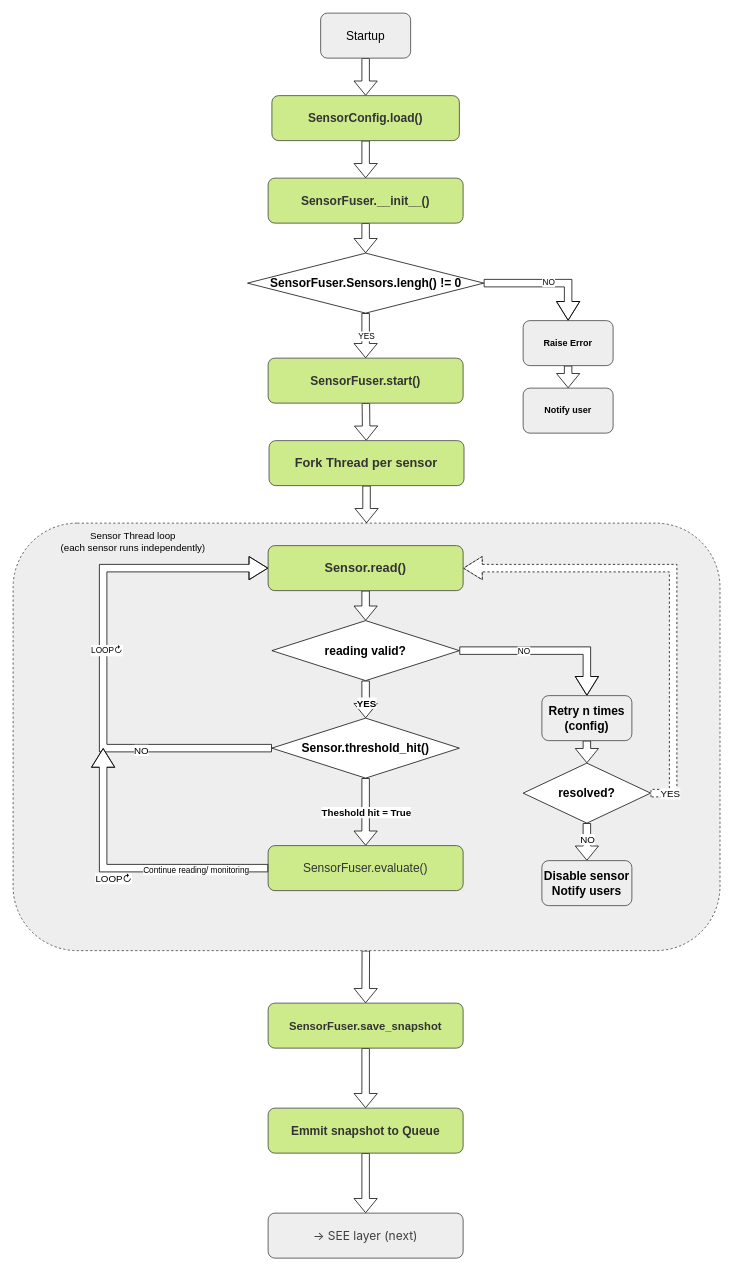
Earlier version of the draw.io diagram architecture/flowchart_sense.drawio (maya-fakih/smart_fire_extinguisher). Source tidied: cells renumbered, new cells numbered last; positions are measured from the earlier drawing's top-left corner, leaving out a move shared by most shapes. Both pictures are drawn from the tidied source at 75%, with x=0, y=0 at pixel (13, 13).
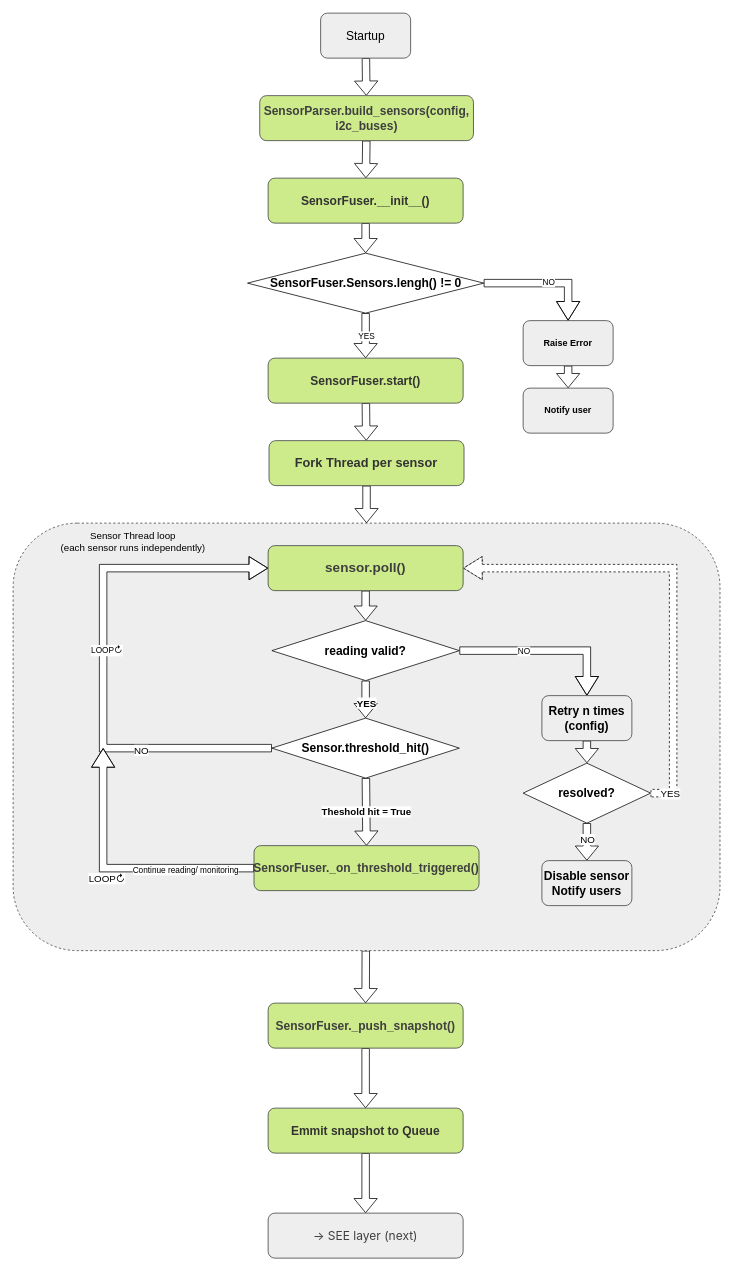
After the change.

Change to the diagram source:
```diff
@@
-    <mxCell id="7" value="&lt;b&gt;&lt;font style=&quot;font-size: 16px; color: rgb(51, 51, 51);&quot;&gt;SensorConfig.load()&lt;/font&gt;&lt;/b&gt;" style="rounded=1;whiteSpace=wrap;html=1;fillColor=#cdeb8b;strokeColor=#36393d;fillOpacity=100;" parent="1" vertex="1">
-      <mxGeometry x="345" y="110" width="250" height="60" as="geometry" />
+    <mxCell id="7" value="&lt;b style=&quot;color: rgb(63, 63, 63); scrollbar-color: rgb(226, 226, 226) rgb(251, 251, 251); font-size: 16px;&quot;&gt;SensorParser.build_sensors(config, i2c_buses)&lt;/b&gt;" style="rounded=1;whiteSpace=wrap;html=1;fillColor=#cdeb8b;strokeColor=#36393d;fillOpacity=100;" parent="1" vertex="1">
+      <mxGeometry x="328.8" y="110" width="285" height="60" as="geometry" />
     </mxCell>
@@
-    <mxCell id="40" value="&lt;font style=&quot;font-size: 16px; color: rgb(51, 51, 51);&quot;&gt;SensorFuser.evaluate()&lt;/font&gt;" style="rounded=1;whiteSpace=wrap;html=1;fillColor=#cdeb8b;strokeColor=#36393d;" parent="1" vertex="1">
-      <mxGeometry x="340" y="1110" width="260" height="60" as="geometry" />
+    <mxCell id="40" value="&lt;b style=&quot;color: rgb(63, 63, 63); scrollbar-color: rgb(226, 226, 226) rgb(251, 251, 251); font-size: 16px;&quot;&gt;SensorFuser._on_threshold_triggered()&lt;/b&gt;" style="rounded=1;whiteSpace=wrap;html=1;fillColor=#cdeb8b;strokeColor=#36393d;" parent="1" vertex="1">
+      <mxGeometry x="321.2" y="1110" width="300" height="60" as="geometry" />
     </mxCell>
@@
-    <mxCell id="45" value="&lt;b&gt;&lt;font style=&quot;font-size: 15px; color: rgb(51, 51, 51);&quot;&gt;SensorFuser.save_snapshot&lt;/font&gt;&lt;/b&gt;" style="rounded=1;whiteSpace=wrap;html=1;fillColor=#cdeb8b;strokeColor=#36393d;" parent="1" vertex="1">
+    <mxCell id="45" value="&lt;b style=&quot;color: rgb(63, 63, 63); scrollbar-color: rgb(226, 226, 226) rgb(251, 251, 251); font-size: 16px;&quot;&gt;SensorFuser._push_snapshot()&lt;/b&gt;" style="rounded=1;whiteSpace=wrap;html=1;fillColor=#cdeb8b;strokeColor=#36393d;" parent="1" vertex="1">
       <mxGeometry x="340" y="1320" width="260" height="60" as="geometry" />
     </mxCell>
@@
-    <mxCell id="52" value="&lt;b&gt;&lt;font style=&quot;font-size: 17px; color: rgb(51, 51, 51);&quot;&gt;Sensor.read()&lt;/font&gt;&lt;/b&gt;" style="rounded=1;whiteSpace=wrap;html=1;fillColor=#cdeb8b;strokeColor=#36393d;" parent="1" vertex="1">
+    <mxCell id="52" value="&lt;b style=&quot;color: rgb(63, 63, 63); scrollbar-color: rgb(226, 226, 226) rgb(251, 251, 251);&quot;&gt;&lt;font style=&quot;font-size: 18px;&quot;&gt;sensor.poll()&lt;/font&gt;&lt;/b&gt;" style="rounded=1;whiteSpace=wrap;html=1;fillColor=#cdeb8b;strokeColor=#36393d;" parent="1" vertex="1">
       <mxGeometry x="340" y="710" width="260" height="60" as="geometry" />
     </mxCell>
```
